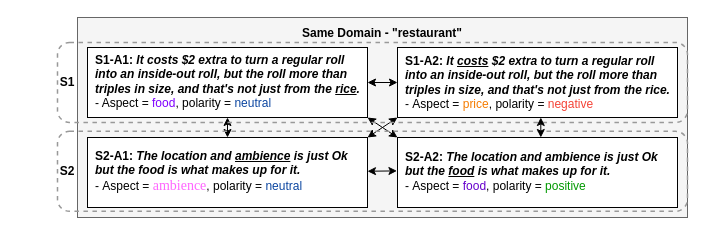
The draw.io diagram Untitled Diagram.drawio in cj-wade/hello-world, before the edit. Source tidied: cells renumbered, new cells numbered last; positions are measured from the earlier drawing's top-left corner, leaving out a move shared by most shapes. Both pictures are drawn from the tidied source at 100%, with x=0, y=0 at pixel (47, 17).
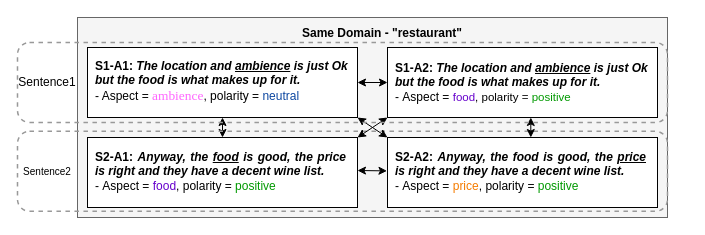
The same diagram, later.

The edit, as a diff of the source:
```diff
@@
     <mxCell id="2" style="rounded=0;whiteSpace=wrap;html=1;fillColor=#f5f5f5;strokeColor=#666666;fontColor=#333333;" parent="1" vertex="1">
-      <mxGeometry x="30" width="610" height="200" as="geometry" />
+      <mxGeometry x="30" width="590" height="200" as="geometry" />
     </mxCell>
     <mxCell id="3" value="&lt;div class=&quot;mind-clipboard&quot; style=&quot;line-height: 120%&quot;&gt;&lt;div style=&quot;text-align: left&quot;&gt;&lt;br&gt;&lt;/div&gt;&lt;div style=&quot;text-align: left&quot;&gt;&lt;div&gt;&lt;/div&gt;&lt;div&gt;&lt;/div&gt;&lt;div&gt;&lt;/div&gt;&lt;/div&gt;&lt;/div&gt;" style="rounded=0;whiteSpace=wrap;html=1;" parent="1" vertex="1">
-      <mxGeometry x="40" y="30" width="280" height="70" as="geometry" />
+      <mxGeometry x="40" y="30" width="270" height="70" as="geometry" />
     </mxCell>
-    <mxCell id="4" value="&lt;div style=&quot;text-align: left&quot;&gt;&lt;b&gt;S1-A1:&amp;nbsp;&lt;i&gt;It costs $2 extra to turn a regular roll into an inside-out roll, but the roll more than triples in size, and that's not just from the&amp;nbsp;&lt;u&gt;rice&lt;/u&gt;.&amp;nbsp;&lt;/i&gt;&lt;/b&gt;&lt;/div&gt;&lt;div style=&quot;text-align: left&quot;&gt;- Aspect =&amp;nbsp;&lt;font color=&quot;#7f00ff&quot;&gt;food&lt;/font&gt;, polarity =&amp;nbsp;&lt;font color=&quot;#0d47a1&quot;&gt;neutral&lt;/font&gt;&lt;/div&gt;" style="text;html=1;strokeColor=none;fillColor=none;align=center;verticalAlign=middle;whiteSpace=wrap;rounded=0;" parent="1" vertex="1">
-      <mxGeometry x="47" y="37.5" width="273" height="52.5" as="geometry" />
+    <mxCell id="4" value="&lt;div style=&quot;text-align: left&quot;&gt;&lt;b&gt;S1-A1:&amp;nbsp;&lt;/b&gt;&lt;b&gt;&lt;i&gt;The location and &lt;u&gt;ambience&lt;/u&gt; is just Ok but the food is what makes up for it.&lt;/i&gt;&lt;/b&gt;&lt;/div&gt;&lt;div style=&quot;text-align: left&quot;&gt;- Aspect =&amp;nbsp;&lt;span style=&quot;color: rgb(255 , 102 , 255) ; font-family: &amp;#34;times new roman&amp;#34; ; font-size: 10.0652pt&quot;&gt;ambience&lt;/span&gt;&lt;span&gt;, polarity =&amp;nbsp;&lt;/span&gt;&lt;font color=&quot;#0d47a1&quot;&gt;neutral&lt;/font&gt;&lt;div&gt;&lt;span style=&quot;font-size: 12pt&quot;&gt; &lt;/span&gt;&lt;/div&gt;&lt;/div&gt;" style="text;html=1;strokeColor=none;fillColor=none;align=center;verticalAlign=middle;whiteSpace=wrap;rounded=0;" parent="1" vertex="1">
+      <mxGeometry x="47" y="37.5" width="263" height="52.5" as="geometry" />
     </mxCell>
     <mxCell id="5" value="&lt;div class=&quot;mind-clipboard&quot; style=&quot;line-height: 120%&quot;&gt;&lt;div style=&quot;text-align: left&quot;&gt;&lt;br&gt;&lt;/div&gt;&lt;div style=&quot;text-align: left&quot;&gt;&lt;div&gt;&lt;/div&gt;&lt;div&gt;&lt;/div&gt;&lt;div&gt;&lt;/div&gt;&lt;/div&gt;&lt;/div&gt;" style="rounded=0;whiteSpace=wrap;html=1;" parent="1" vertex="1">
-      <mxGeometry x="350" y="30" width="280" height="70" as="geometry" />
+      <mxGeometry x="340" y="30" width="270" height="70" as="geometry" />
     </mxCell>
-    <mxCell id="6" value="&lt;div style=&quot;text-align: left&quot;&gt;&lt;div class=&quot;mind-clipboard&quot;&gt;&lt;b&gt;S1-A2: &lt;i&gt;It &lt;u&gt;costs&lt;/u&gt; $2 extra to turn a regular roll into an inside-out roll, but the roll more than triples in size, and that's not just from the rice.&amp;nbsp;&lt;/i&gt;&lt;/b&gt;&lt;div&gt;&lt;div&gt;&lt;/div&gt;-&amp;nbsp;Aspect&amp;nbsp;= &lt;font color=&quot;#f57c00&quot;&gt;price&lt;/font&gt;, polarity = &lt;font color=&quot;#f44336&quot;&gt;negative&lt;/font&gt;&amp;nbsp;&lt;div&gt;&lt;/div&gt;&lt;div&gt;&lt;/div&gt;&lt;/div&gt;&lt;div&gt;&lt;/div&gt;&lt;div&gt;&lt;/div&gt;&lt;div&gt;&lt;/div&gt;&lt;/div&gt;&lt;/div&gt;" style="text;html=1;strokeColor=none;fillColor=none;align=center;verticalAlign=middle;whiteSpace=wrap;rounded=0;" parent="1" vertex="1">
-      <mxGeometry x="357" y="37.5" width="273" height="55" as="geometry" />
+    <mxCell id="6" value="&lt;div style=&quot;text-align: left&quot;&gt;&lt;div class=&quot;mind-clipboard&quot;&gt;&lt;b&gt;S1-A2:&amp;nbsp;&lt;/b&gt;&lt;b&gt;&lt;i&gt;The location and&amp;nbsp;&lt;u&gt;ambience&lt;/u&gt;&amp;nbsp;is just Ok but the food is what makes up for it.&lt;/i&gt;&lt;/b&gt;&lt;br&gt;&lt;div&gt;&lt;div&gt;&lt;/div&gt;-&amp;nbsp;Aspect&amp;nbsp;=&amp;nbsp;&lt;span style=&quot;font-size: 8.62733pt ; font-family: &amp;#34;arial&amp;#34; ; color: rgb(102 , 0 , 204)&quot;&gt;food&lt;/span&gt;&lt;span style=&quot;font-size: 8.62733pt ; font-family: &amp;#34;arial&amp;#34;&quot;&gt;, polarity = &lt;/span&gt;&lt;span style=&quot;font-size: 8.62733pt ; font-family: &amp;#34;arial&amp;#34; ; color: rgb(0 , 153 , 0)&quot;&gt;positive&lt;/span&gt;&lt;span&gt;&amp;nbsp;&lt;/span&gt;&lt;br&gt;&lt;div&gt;&lt;/div&gt;&lt;div&gt;&lt;/div&gt;&lt;/div&gt;&lt;div&gt;&lt;/div&gt;&lt;div&gt;&lt;/div&gt;&lt;div&gt;&lt;/div&gt;&lt;/div&gt;&lt;/div&gt;" style="text;html=1;strokeColor=none;fillColor=none;align=center;verticalAlign=middle;whiteSpace=wrap;rounded=0;" parent="1" vertex="1">
+      <mxGeometry x="347" y="37.5" width="263" height="55" as="geometry" />
     </mxCell>
     <mxCell id="7" value="&lt;div class=&quot;mind-clipboard&quot; style=&quot;line-height: 120%&quot;&gt;&lt;div style=&quot;text-align: left&quot;&gt;&lt;br&gt;&lt;/div&gt;&lt;div style=&quot;text-align: left&quot;&gt;&lt;div&gt;&lt;/div&gt;&lt;div&gt;&lt;/div&gt;&lt;div&gt;&lt;/div&gt;&lt;/div&gt;&lt;/div&gt;" style="rounded=0;whiteSpace=wrap;html=1;" parent="1" vertex="1">
-      <mxGeometry x="40" y="120" width="280" height="70" as="geometry" />
+      <mxGeometry x="40" y="120" width="270" height="70" as="geometry" />
     </mxCell>
-    <mxCell id="8" value="&lt;div style=&quot;text-align: left&quot;&gt;&lt;div class=&quot;mind-clipboard&quot;&gt;&lt;b&gt;S2-A1:&amp;nbsp;&lt;/b&gt;&lt;span style=&quot;text-align: justify&quot;&gt;&lt;font style=&quot;font-size: 12px&quot;&gt;&lt;b&gt;&lt;i&gt;The location and &lt;u&gt;ambience&lt;/u&gt; is just Ok but the food is what makes up for it.&lt;/i&gt;&lt;/b&gt;&lt;/font&gt;&lt;/span&gt;&lt;/div&gt;&lt;div class=&quot;mind-clipboard&quot;&gt;&lt;div&gt;&lt;div&gt;&lt;/div&gt;-&amp;nbsp;Aspect&amp;nbsp;=&amp;nbsp;&lt;span style=&quot;font-family: &amp;#34;times new roman&amp;#34; ; font-size: 10.5pt&quot;&gt;&lt;font color=&quot;#ff66ff&quot;&gt;ambience&lt;/font&gt;&lt;/span&gt;&lt;span&gt;, polarity = &lt;/span&gt;&lt;font color=&quot;#0d47a1&quot;&gt;neutral&lt;/font&gt;&lt;/div&gt;&lt;div&gt;&lt;div&gt;&lt;/div&gt;&lt;div&gt;&lt;/div&gt;&lt;/div&gt;&lt;div&gt;&lt;/div&gt;&lt;div&gt;&lt;/div&gt;&lt;div&gt;&lt;/div&gt;&lt;/div&gt;&lt;/div&gt;" style="text;html=1;strokeColor=none;fillColor=none;align=center;verticalAlign=middle;whiteSpace=wrap;rounded=0;" parent="1" vertex="1">
-      <mxGeometry x="47" y="127.5" width="273" height="52.5" as="geometry" />
+    <mxCell id="8" value="&lt;div style=&quot;text-align: left&quot;&gt;&lt;div class=&quot;mind-clipboard&quot; style=&quot;text-align: justify&quot;&gt;&lt;b&gt;S2-A1:&amp;nbsp;&lt;/b&gt;&lt;b&gt;&lt;i&gt;Anyway, the &lt;u&gt;food&lt;/u&gt; is good, the price is right and they have a decent wine list.&lt;/i&gt;&lt;/b&gt;&lt;/div&gt;&lt;div class=&quot;mind-clipboard&quot;&gt;&lt;div&gt;&lt;div&gt;&lt;/div&gt;-&amp;nbsp;Aspect&amp;nbsp;=&amp;nbsp;&lt;span style=&quot;color: rgb(102 , 0 , 204)&quot;&gt;food&lt;/span&gt;&lt;span&gt;, polarity =&amp;nbsp;&lt;/span&gt;&lt;span style=&quot;color: rgb(0 , 153 , 0)&quot;&gt;positive&lt;/span&gt;&lt;/div&gt;&lt;div&gt;&lt;div&gt;&lt;/div&gt;&lt;div&gt;&lt;/div&gt;&lt;/div&gt;&lt;div&gt;&lt;/div&gt;&lt;div&gt;&lt;/div&gt;&lt;div&gt;&lt;/div&gt;&lt;/div&gt;&lt;/div&gt;" style="text;html=1;strokeColor=none;fillColor=none;align=center;verticalAlign=middle;whiteSpace=wrap;rounded=0;" parent="1" vertex="1">
+      <mxGeometry x="47" y="127.5" width="253" height="52.5" as="geometry" />
     </mxCell>
@@
     <mxCell id="10" style="endArrow=classic;startArrow=classic;html=1;entryX=0;entryY=0.5;entryDx=0;entryDy=0;" parent="1" edge="1" target="5">
       <mxGeometry relative="1" as="geometry">
-        <mxPoint x="320" y="65" as="sourcePoint" />
+        <mxPoint x="310" y="65" as="sourcePoint" />
       </mxGeometry>
     </mxCell>
     <mxCell id="11" value="&lt;div class=&quot;mind-clipboard&quot; style=&quot;line-height: 120%&quot;&gt;&lt;div style=&quot;text-align: left&quot;&gt;&lt;br&gt;&lt;/div&gt;&lt;div style=&quot;text-align: left&quot;&gt;&lt;div&gt;&lt;/div&gt;&lt;div&gt;&lt;/div&gt;&lt;div&gt;&lt;/div&gt;&lt;/div&gt;&lt;/div&gt;" style="rounded=0;whiteSpace=wrap;html=1;" parent="1" vertex="1">
-      <mxGeometry x="350" y="120" width="280" height="70" as="geometry" />
+      <mxGeometry x="340" y="120" width="270" height="70" as="geometry" />
     </mxCell>
-    <mxCell id="12" value="&lt;div style=&quot;text-align: left&quot;&gt;&lt;div class=&quot;mind-clipboard&quot;&gt;&lt;b&gt;S2-A2:&amp;nbsp;&lt;/b&gt;&lt;span style=&quot;text-align: justify&quot;&gt;&lt;font style=&quot;font-size: 12px&quot;&gt;&lt;b&gt;&lt;i&gt;The location and ambience is just Ok but the &lt;u&gt;food&lt;/u&gt; is what makes up for it.&lt;/i&gt;&lt;/b&gt;&lt;/font&gt;&lt;/span&gt;&lt;/div&gt;&lt;div class=&quot;mind-clipboard&quot;&gt;&lt;div&gt;&lt;div&gt;&lt;/div&gt;-&amp;nbsp;Aspect&amp;nbsp;= &lt;font color=&quot;#6600cc&quot;&gt;food&lt;/font&gt;, polarity = &lt;font color=&quot;#009900&quot;&gt;positive&lt;/font&gt;&lt;div&gt;&lt;/div&gt;&lt;div&gt;&lt;/div&gt;&lt;/div&gt;&lt;div&gt;&lt;/div&gt;&lt;div&gt;&lt;/div&gt;&lt;div&gt;&lt;/div&gt;&lt;/div&gt;&lt;/div&gt;" style="text;html=1;strokeColor=none;fillColor=none;align=center;verticalAlign=middle;whiteSpace=wrap;rounded=0;" parent="1" vertex="1">
-      <mxGeometry x="357" y="127.5" width="273" height="52.5" as="geometry" />
+    <mxCell id="12" value="&lt;div style=&quot;text-align: left&quot;&gt;&lt;div class=&quot;mind-clipboard&quot; style=&quot;text-align: justify&quot;&gt;&lt;b&gt;S2-A2:&amp;nbsp;&lt;/b&gt;&lt;b&gt;&lt;i&gt;Anyway, the food is good, the &lt;u&gt;price&lt;/u&gt; is right and they have a decent wine list.&lt;/i&gt;&lt;/b&gt;&lt;/div&gt;&lt;div class=&quot;mind-clipboard&quot;&gt;&lt;div&gt;&lt;div&gt;&lt;/div&gt;-&amp;nbsp;Aspect&amp;nbsp;=&amp;nbsp;&lt;span style=&quot;color: rgb(245 , 124 , 0)&quot;&gt;price&lt;/span&gt;, polarity = &lt;font color=&quot;#009900&quot;&gt;positive&lt;/font&gt;&lt;div&gt;&lt;/div&gt;&lt;div&gt;&lt;/div&gt;&lt;/div&gt;&lt;div&gt;&lt;/div&gt;&lt;div&gt;&lt;/div&gt;&lt;div&gt;&lt;/div&gt;&lt;/div&gt;&lt;/div&gt;" style="text;html=1;strokeColor=none;fillColor=none;align=center;verticalAlign=middle;whiteSpace=wrap;rounded=0;" parent="1" vertex="1">
+      <mxGeometry x="347" y="127.5" width="253" height="52.5" as="geometry" />
     </mxCell>
-    <mxCell id="13" style="endArrow=classic;startArrow=classic;html=1;entryX=-0.002;entryY=0.477;entryDx=0;entryDy=0;entryPerimeter=0;exitX=1;exitY=0.5;exitDx=0;exitDy=0;" parent="1" edge="1" source="8" target="11">
-      <mxGeometry relative="1" as="geometry" />
+    <mxCell id="13" style="endArrow=classic;startArrow=classic;html=1;entryX=-0.002;entryY=0.477;entryDx=0;entryDy=0;entryPerimeter=0;" parent="1" edge="1" target="11">
+      <mxGeometry relative="1" as="geometry">
+        <mxPoint x="310" y="153" as="sourcePoint" />
+      </mxGeometry>
     </mxCell>
@@
-    <mxCell id="15" style="endArrow=classic;startArrow=classic;html=1;exitX=1;exitY=1;exitDx=0;exitDy=0;entryX=0;entryY=0;entryDx=0;entryDy=0;" parent="1" edge="1" source="3" target="11">
-      <mxGeometry relative="1" as="geometry" />
-    </mxCell>
-    <mxCell id="16" style="endArrow=classic;startArrow=classic;html=1;entryX=0;entryY=1;entryDx=0;entryDy=0;exitX=1;exitY=0;exitDx=0;exitDy=0;" parent="1" edge="1" source="7" target="5">
-      <mxGeometry relative="1" as="geometry" />
-    </mxCell>
     <mxCell id="17" style="rounded=1;whiteSpace=wrap;html=1;fillColor=none;dashed=1;strokeColor=#999999;strokeWidth=1.5;" parent="1" vertex="1">
-      <mxGeometry x="10" y="113.8" width="630" height="80" as="geometry" />
+      <mxGeometry x="-30" y="113.8" width="650" height="80" as="geometry" />
     </mxCell>
-    <mxCell id="18" value="&lt;b&gt;S1&lt;/b&gt;" style="text;html=1;strokeColor=none;fillColor=none;align=center;verticalAlign=middle;whiteSpace=wrap;rounded=0;dashed=1;" parent="1" vertex="1">
-      <mxGeometry y="55" width="40" height="20" as="geometry" />
+    <mxCell id="18" value="Sentence1" style="text;html=1;strokeColor=none;fillColor=none;align=center;verticalAlign=middle;whiteSpace=wrap;rounded=0;dashed=1;" parent="1" vertex="1">
+      <mxGeometry x="-20" y="55" width="40" height="20" as="geometry" />
     </mxCell>
-    <mxCell id="19" value="&lt;b&gt;S2&lt;/b&gt;" style="text;html=1;strokeColor=none;fillColor=none;align=center;verticalAlign=middle;whiteSpace=wrap;rounded=0;dashed=1;" parent="1" vertex="1">
-      <mxGeometry y="143.8" width="40" height="20" as="geometry" />
-    </mxCell>
-    <mxCell id="20" style="rounded=1;whiteSpace=wrap;html=1;fillColor=none;dashed=1;strokeColor=#999999;strokeWidth=1.5;" parent="1" vertex="1">
-      <mxGeometry x="10" y="25" width="630" height="80" as="geometry" />
-    </mxCell>
     <mxCell id="21" style="endArrow=classic;startArrow=classic;html=1;exitX=0.5;exitY=0;exitDx=0;exitDy=0;entryX=0.5;entryY=1;entryDx=0;entryDy=0;" parent="1" edge="1">
       <mxGeometry relative="1" as="geometry">
-        <mxPoint x="493.3" y="120" as="sourcePoint" />
-        <mxPoint x="493.3" y="100" as="targetPoint" />
+        <mxPoint x="483.3" y="120" as="sourcePoint" />
+        <mxPoint x="483.3" y="100" as="targetPoint" />
       </mxGeometry>
     </mxCell>
+    <mxCell id="22" style="endArrow=classic;startArrow=classic;html=1;entryX=1;entryY=1;entryDx=0;entryDy=0;exitX=0;exitY=0;exitDx=0;exitDy=0;" parent="1" edge="1" source="11" target="3">
+      <mxGeometry relative="1" as="geometry" />
+    </mxCell>
+    <mxCell id="16" style="endArrow=classic;startArrow=classic;html=1;entryX=0;entryY=1;entryDx=0;entryDy=0;exitX=1;exitY=0;exitDx=0;exitDy=0;" parent="1" edge="1" source="7" target="5">
+      <mxGeometry relative="1" as="geometry" />
+    </mxCell>
+    <mxCell id="23" value="&lt;font style=&quot;font-size: 10px&quot;&gt;Sentence2&lt;/font&gt;" style="text;html=1;strokeColor=none;fillColor=none;align=center;verticalAlign=middle;whiteSpace=wrap;rounded=0;dashed=1;" parent="1" vertex="1">
+      <mxGeometry x="-20" y="143.8" width="40" height="20" as="geometry" />
+    </mxCell>
+    <mxCell id="24" style="rounded=1;whiteSpace=wrap;html=1;fillColor=none;dashed=1;strokeColor=#999999;strokeWidth=1.5;" parent="1" vertex="1">
+      <mxGeometry x="-30" y="25" width="650" height="80" as="geometry" />
+    </mxCell>
```
